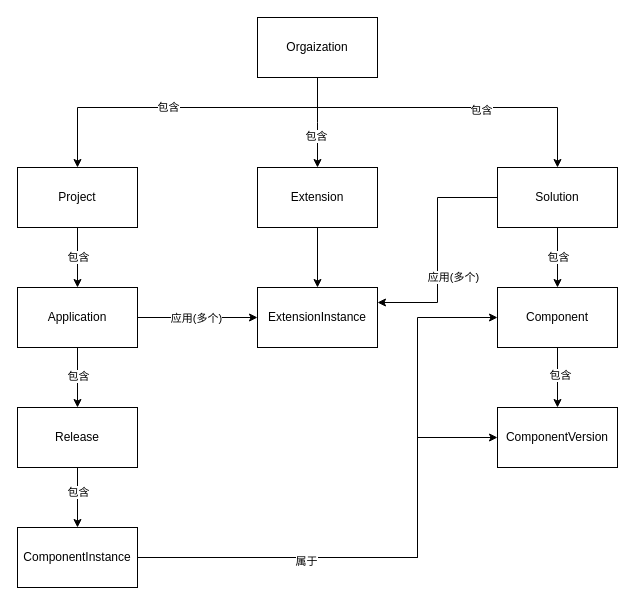
Above: doc/上层结构.dio in liutian/groot (draw.io), before the change. Source tidied: cells renumbered, new cells numbered last; positions are measured from the earlier drawing's top-left corner, leaving out a move shared by most shapes. Both pictures are drawn from the tidied source at 100%, with x=0, y=0 at pixel (17, 17).
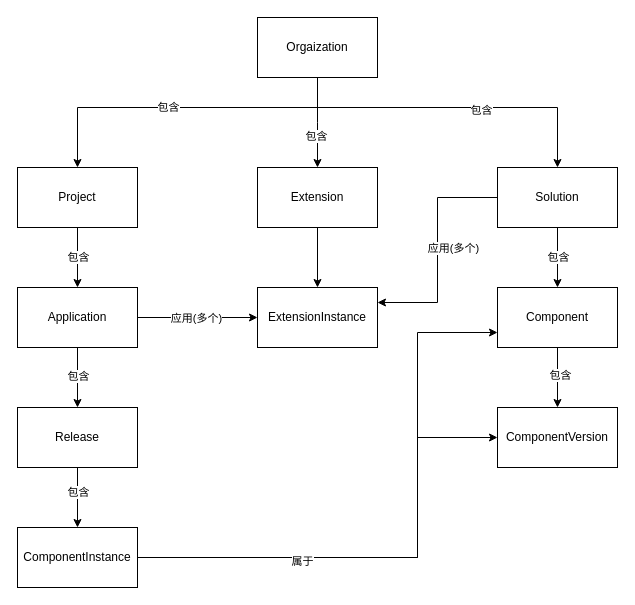
Above is the later version.

The change refers to these unchanged cells:
```xml
<mxCell id="17" style="edgeStyle=orthogonalEdgeStyle;rounded=0;elbow=vertical;html=1;entryX=1;entryY=0.25;entryDx=0;entryDy=0;" parent="1" edge="1" source="19" target="35">
  <mxGeometry relative="1" as="geometry">
    <Array as="points">
      <mxPoint x="420" y="180" />
      <mxPoint x="420" y="285" />
    </Array>
  </mxGeometry>
</mxCell>
<mxCell id="22" value="Component" style="whiteSpace=wrap;html=1;" parent="1" vertex="1">
  <mxGeometry x="480" y="270" width="120" height="60" as="geometry" />
</mxCell>
<mxCell id="28" value="ComponentInstance" style="whiteSpace=wrap;html=1;" parent="1" vertex="1">
  <mxGeometry y="510" width="120" height="60" as="geometry" />
</mxCell>
```

What changed in the source:
```diff
@@
     <mxCell id="18" value="应用(多个)" style="edgeLabel;html=1;align=center;verticalAlign=middle;" parent="17" vertex="1">
       <mxGeometry x="0.24" y="1" relative="1" as="geometry">
-        <mxPoint x="14" y="-1" as="offset" />
+        <mxPoint x="14" y="-30" as="offset" />
       </mxGeometry>
     </mxCell>
@@
-    <mxCell id="26" style="edgeStyle=orthogonalEdgeStyle;rounded=0;html=1;" parent="1" edge="1" source="28">
+    <mxCell id="26" style="edgeStyle=orthogonalEdgeStyle;rounded=0;html=1;entryX=0;entryY=0.75;entryDx=0;entryDy=0;" parent="1" edge="1" source="28" target="22">
       <mxGeometry relative="1" as="geometry">
-        <mxPoint x="480" y="300" as="targetPoint" />
         <Array as="points">
           <mxPoint x="400" y="540" />
-          <mxPoint x="400" y="300" />
-          <mxPoint x="480" y="300" />
+          <mxPoint x="400" y="315" />
         </Array>
       </mxGeometry>
     </mxCell>
```
